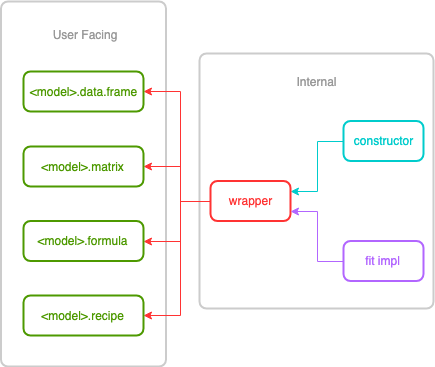
JaredFisher2904DavidHarrington/hardhat keeps this draw.io diagram as graphics/hardhat-fit-flow.png. Above is the earlier version. Source tidied: cells renumbered, new cells last; positions are measured from the earlier drawing's top-left corner, leaving out a move shared by most shapes. Source of this version:
```xml
<mxGraphModel background="#ffffff">
  <root>
    <mxCell id="0" />
    <mxCell id="1" parent="0" />
    <mxCell id="2" value="&lt;br&gt;&lt;br&gt;" style="rounded=1;whiteSpace=wrap;html=1;absoluteArcSize=1;arcSize=14;strokeWidth=2;labelBackgroundColor=none;fillColor=none;fontColor=#4D9900;strokeColor=#CCCCCC;labelPosition=center;verticalLabelPosition=top;align=center;verticalAlign=bottom;" parent="1" vertex="1">
      <mxGeometry x="199" y="52" width="234" height="255" as="geometry" />
    </mxCell>
    <mxCell id="3" style="rounded=1;whiteSpace=wrap;html=1;absoluteArcSize=1;arcSize=14;strokeWidth=2;labelBackgroundColor=none;fillColor=none;fontColor=#4D9900;strokeColor=#CCCCCC;" parent="1" vertex="1">
      <mxGeometry x="0.5" width="165" height="365" as="geometry" />
    </mxCell>
    <mxCell id="4" style="edgeStyle=orthogonalEdgeStyle;rounded=0;jettySize=auto;html=1;strokeColor=#FF3333;exitX=0;exitY=0.5;exitDx=0;exitDy=0;entryX=1;entryY=0.5;entryDx=0;entryDy=0;" parent="1" edge="1" source="7" target="5">
      <mxGeometry relative="1" as="geometry">
        <Array as="points">
          <mxPoint x="180" y="200" />
          <mxPoint x="180" y="90" />
        </Array>
      </mxGeometry>
    </mxCell>
    <mxCell id="5" value="&amp;lt;model&amp;gt;.data.frame" style="rounded=1;whiteSpace=wrap;html=1;absoluteArcSize=1;arcSize=14;strokeWidth=2;strokeColor=#4D9900;fillColor=none;labelBackgroundColor=none;fontColor=#4D9900;" parent="1" vertex="1">
      <mxGeometry x="23" y="70" width="120" height="40" as="geometry" />
    </mxCell>
    <mxCell id="6" style="edgeStyle=orthogonalEdgeStyle;rounded=0;jettySize=auto;html=1;strokeColor=#00CCCC;exitX=0;exitY=0.5;exitDx=0;exitDy=0;entryX=1;entryY=0.25;entryDx=0;entryDy=0;" parent="1" edge="1" source="8" target="7">
      <mxGeometry relative="1" as="geometry" />
    </mxCell>
    <mxCell id="7" value="wrapper" style="rounded=1;whiteSpace=wrap;html=1;absoluteArcSize=1;arcSize=14;strokeWidth=2;strokeColor=#FF3333;fillColor=none;fontColor=#FF3333;" parent="1" vertex="1">
      <mxGeometry x="210" y="179.5" width="80" height="40" as="geometry" />
    </mxCell>
    <mxCell id="8" value="constructor" style="rounded=1;whiteSpace=wrap;html=1;absoluteArcSize=1;arcSize=14;strokeWidth=2;strokeColor=#00CCCC;fillColor=none;fontColor=#00CCCC;" parent="1" vertex="1">
      <mxGeometry x="343" y="119.5" width="80" height="40" as="geometry" />
    </mxCell>
    <mxCell id="9" style="edgeStyle=orthogonalEdgeStyle;rounded=0;jettySize=auto;html=1;strokeColor=#FF3333;exitX=0;exitY=0.5;exitDx=0;exitDy=0;" parent="1" edge="1" source="7" target="10">
      <mxGeometry relative="1" as="geometry">
        <Array as="points">
          <mxPoint x="180" y="200" />
          <mxPoint x="180" y="165" />
        </Array>
      </mxGeometry>
    </mxCell>
    <mxCell id="10" value="&amp;lt;model&amp;gt;.matrix" style="rounded=1;whiteSpace=wrap;html=1;absoluteArcSize=1;arcSize=14;strokeWidth=2;strokeColor=#4D9900;fillColor=none;fontColor=#4D9900;" parent="1" vertex="1">
      <mxGeometry x="23" y="145" width="120" height="40" as="geometry" />
    </mxCell>
    <mxCell id="11" style="edgeStyle=orthogonalEdgeStyle;rounded=0;jettySize=auto;html=1;strokeColor=#FF3333;exitX=0;exitY=0.5;exitDx=0;exitDy=0;entryX=1;entryY=0.5;entryDx=0;entryDy=0;" parent="1" edge="1" source="7" target="12">
      <mxGeometry relative="1" as="geometry">
        <Array as="points">
          <mxPoint x="180" y="200" />
          <mxPoint x="180" y="240" />
        </Array>
      </mxGeometry>
    </mxCell>
    <mxCell id="12" value="&amp;lt;model&amp;gt;.formula" style="rounded=1;whiteSpace=wrap;html=1;absoluteArcSize=1;arcSize=14;strokeWidth=2;strokeColor=#4D9900;fillColor=none;fontColor=#4D9900;" parent="1" vertex="1">
      <mxGeometry x="23" y="219.5" width="120" height="40" as="geometry" />
    </mxCell>
    <mxCell id="13" style="edgeStyle=orthogonalEdgeStyle;rounded=0;jettySize=auto;html=1;strokeColor=#FF3333;exitX=0;exitY=0.5;exitDx=0;exitDy=0;entryX=1;entryY=0.5;entryDx=0;entryDy=0;" parent="1" edge="1" source="7" target="14">
      <mxGeometry relative="1" as="geometry">
        <Array as="points">
          <mxPoint x="180" y="200" />
          <mxPoint x="180" y="314" />
        </Array>
      </mxGeometry>
    </mxCell>
    <mxCell id="14" value="&amp;lt;model&amp;gt;.recipe" style="rounded=1;whiteSpace=wrap;html=1;absoluteArcSize=1;arcSize=14;strokeWidth=2;strokeColor=#4D9900;fillColor=none;fontColor=#4D9900;" parent="1" vertex="1">
      <mxGeometry x="23" y="294" width="120" height="40" as="geometry" />
    </mxCell>
    <mxCell id="15" style="edgeStyle=orthogonalEdgeStyle;rounded=0;jettySize=auto;html=1;exitX=0;exitY=0.5;exitDx=0;exitDy=0;entryX=1;entryY=0.75;entryDx=0;entryDy=0;strokeColor=#B266FF;" parent="1" edge="1" source="16" target="7">
      <mxGeometry relative="1" as="geometry" />
    </mxCell>
    <mxCell id="16" value="fit impl" style="rounded=1;whiteSpace=wrap;html=1;absoluteArcSize=1;arcSize=14;strokeWidth=2;strokeColor=#B266FF;fillColor=none;fontColor=#B266FF;" parent="1" vertex="1">
      <mxGeometry x="343" y="239.5" width="80" height="40" as="geometry" />
    </mxCell>
    <object id="17" label="Internal&lt;br&gt;" name="Variable" placeholders="1">
      <mxCell style="text;html=1;strokeColor=none;fillColor=none;align=center;verticalAlign=middle;whiteSpace=wrap;overflow=hidden;labelBackgroundColor=none;fontColor=#999999;" parent="1" vertex="1">
        <mxGeometry x="276" y="69.5" width="80" height="20" as="geometry" />
      </mxCell>
    </object>
    <object id="18" label="User Facing&lt;br&gt;" name="Variable" placeholders="1">
      <mxCell style="text;html=1;strokeColor=none;fillColor=none;align=center;verticalAlign=middle;whiteSpace=wrap;overflow=hidden;labelBackgroundColor=none;fontColor=#999999;" parent="1" vertex="1">
        <mxGeometry x="23" y="23" width="121" height="20" as="geometry" />
      </mxCell>
    </object>
  </root>
</mxGraphModel>
```
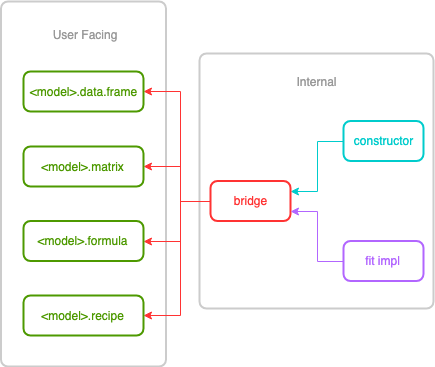
After the change.

Commit message:
wrapper -> bridge in the graphics

Diff of the diagram source:
```diff
@@ -22,7 +22,7 @@
     <mxCell id="6" style="edgeStyle=orthogonalEdgeStyle;rounded=0;jettySize=auto;html=1;strokeColor=#00CCCC;exitX=0;exitY=0.5;exitDx=0;exitDy=0;entryX=1;entryY=0.25;entryDx=0;entryDy=0;" parent="1" edge="1" source="8" target="7">
       <mxGeometry relative="1" as="geometry" />
     </mxCell>
-    <mxCell id="7" value="wrapper" style="rounded=1;whiteSpace=wrap;html=1;absoluteArcSize=1;arcSize=14;strokeWidth=2;strokeColor=#FF3333;fillColor=none;fontColor=#FF3333;" parent="1" vertex="1">
+    <mxCell id="7" value="bridge" style="rounded=1;whiteSpace=wrap;html=1;absoluteArcSize=1;arcSize=14;strokeWidth=2;strokeColor=#FF3333;fillColor=none;fontColor=#FF3333;" parent="1" vertex="1">
       <mxGeometry x="210" y="179.5" width="80" height="40" as="geometry" />
     </mxCell>
     <mxCell id="8" value="constructor" style="rounded=1;whiteSpace=wrap;html=1;absoluteArcSize=1;arcSize=14;strokeWidth=2;strokeColor=#00CCCC;fillColor=none;fontColor=#00CCCC;" parent="1" vertex="1">
```
